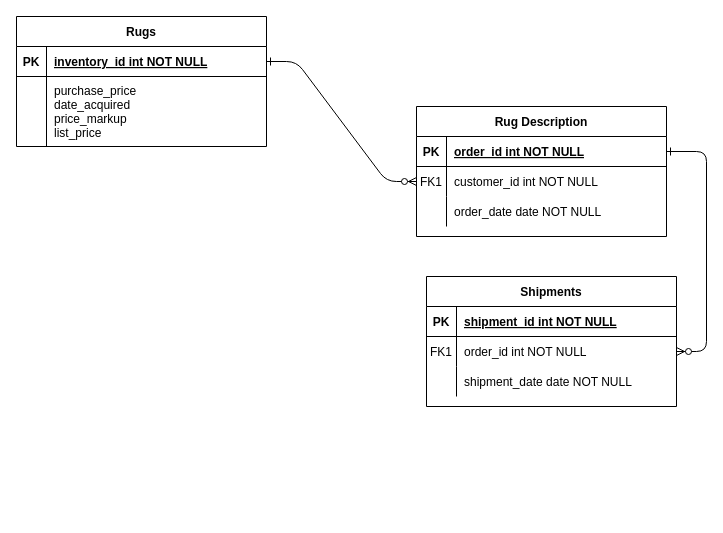
This is Lab04.drawio from m0dileClements/mOdileClements, a draw.io file, before an edit. Source tidied: cells renumbered, new cells numbered last; positions are measured from the earlier drawing's top-left corner, leaving out a move shared by most shapes. Both pictures are drawn from the tidied source at 100%, with x=0, y=0 at pixel (16, 16).
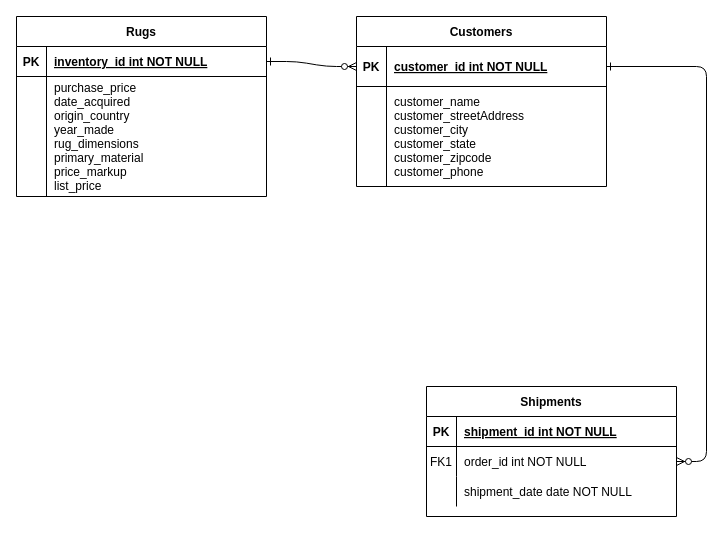
The same diagram, later.

Unchanged cells that the change refers to:
```xml
<mxCell id="25" style="shape=partialRectangle;fillColor=none;points=[[0,0.5],[1,0.5]];portConstraint=eastwest;top=0;left=0;right=0;bottom=1;" parent="24" vertex="1">
  <mxGeometry y="30" width="250" height="30" as="geometry" />
</mxCell>
```

The edit, as a diff of the source:
```diff
@@
-    <mxCell id="2" style="edgeStyle=entityRelationEdgeStyle;endArrow=ERzeroToMany;startArrow=ERone;endFill=1;startFill=0;" parent="1" edge="1" source="25" target="8">
+    <mxCell id="2" style="edgeStyle=entityRelationEdgeStyle;endArrow=ERzeroToMany;startArrow=ERone;endFill=1;startFill=0;entryX=0;entryY=0.5;entryDx=0;entryDy=0;" parent="1" edge="1" source="25" target="5">
       <mxGeometry relative="1" as="geometry" />
     </mxCell>
@@
-    <mxCell id="4" value="Rug Description" style="shape=table;startSize=30;childLayout=tableLayout;rowLines=0;fontStyle=1;align=center;" parent="1" vertex="1">
-      <mxGeometry x="400" y="90" width="250" height="130" as="geometry" />
+    <mxCell id="4" value="Customers" style="shape=table;startSize=30;childLayout=tableLayout;rowLines=0;fontStyle=1;align=center;" parent="1" vertex="1">
+      <mxGeometry x="340" width="250" height="170" as="geometry" />
     </mxCell>
     <mxCell id="5" style="shape=partialRectangle;fillColor=none;points=[[0,0.5],[1,0.5]];portConstraint=eastwest;top=0;left=0;right=0;bottom=1;" parent="4" vertex="1">
-      <mxGeometry y="30" width="250" height="30" as="geometry" />
+      <mxGeometry y="30" width="250" height="40" as="geometry" />
     </mxCell>
     <mxCell id="6" value="PK" style="shape=partialRectangle;overflow=hidden;fillColor=none;top=0;left=0;bottom=0;right=0;fontStyle=1;" parent="5" vertex="1">
-      <mxGeometry width="30" height="30" as="geometry" />
+      <mxGeometry width="30" height="40" as="geometry" />
     </mxCell>
-    <mxCell id="7" value="order_id int NOT NULL " style="shape=partialRectangle;overflow=hidden;fillColor=none;top=0;left=0;bottom=0;right=0;align=left;spacingLeft=6;fontStyle=5;" parent="5" vertex="1">
-      <mxGeometry x="30" width="220" height="30" as="geometry" />
+    <mxCell id="7" value="customer_id int NOT NULL " style="shape=partialRectangle;overflow=hidden;fillColor=none;top=0;left=0;bottom=0;right=0;align=left;spacingLeft=6;fontStyle=5;" parent="5" vertex="1">
+      <mxGeometry x="30" width="220" height="40" as="geometry" />
     </mxCell>
     <mxCell id="8" style="shape=partialRectangle;fillColor=none;points=[[0,0.5],[1,0.5]];portConstraint=eastwest;top=0;left=0;right=0;bottom=0;" parent="4" vertex="1">
-      <mxGeometry y="60" width="250" height="30" as="geometry" />
+      <mxGeometry y="70" width="250" height="100" as="geometry" />
     </mxCell>
-    <mxCell id="9" value="FK1" style="shape=partialRectangle;overflow=hidden;fillColor=none;top=0;left=0;bottom=0;right=0;" parent="8" vertex="1">
-      <mxGeometry width="30" height="30" as="geometry" />
+    <mxCell id="9" style="shape=partialRectangle;overflow=hidden;fillColor=none;top=0;left=0;bottom=0;right=0;" parent="8" vertex="1">
+      <mxGeometry width="30" height="100" as="geometry" />
     </mxCell>
-    <mxCell id="10" value="customer_id int NOT NULL" style="shape=partialRectangle;overflow=hidden;fillColor=none;top=0;left=0;bottom=0;right=0;align=left;spacingLeft=6;" parent="8" vertex="1">
-      <mxGeometry x="30" width="220" height="30" as="geometry" />
+    <mxCell id="10" value="customer_name &#10;customer_streetAddress&#10;customer_city&#10;customer_state&#10;customer_zipcode&#10;customer_phone" style="shape=partialRectangle;overflow=hidden;fillColor=none;top=0;left=0;bottom=0;right=0;align=left;spacingLeft=6;" parent="8" vertex="1">
+      <mxGeometry x="30" width="220" height="100" as="geometry" />
     </mxCell>
-    <mxCell id="11" style="shape=partialRectangle;fillColor=none;top=0;left=0;right=0;bottom=0;" parent="4" vertex="1">
-      <mxGeometry y="90" width="250" height="30" as="geometry" />
-    </mxCell>
-    <mxCell id="12" style="shape=partialRectangle;overflow=hidden;fillColor=none;top=0;left=0;bottom=0;right=0;" parent="11" vertex="1">
-      <mxGeometry width="30" height="30" as="geometry" />
-    </mxCell>
-    <mxCell id="13" value="order_date date NOT NULL" style="shape=partialRectangle;overflow=hidden;fillColor=none;top=0;left=0;bottom=0;right=0;align=left;spacingLeft=6;" parent="11" vertex="1">
-      <mxGeometry x="30" width="220" height="30" as="geometry" />
-    </mxCell>
     <mxCell id="14" value="Shipments" style="shape=table;startSize=30;childLayout=tableLayout;rowLines=0;fontStyle=1;align=center;" parent="1" vertex="1">
-      <mxGeometry x="410" y="260" width="250" height="130" as="geometry" />
+      <mxGeometry x="410" y="370" width="250" height="130" as="geometry" />
     </mxCell>
@@
     <mxCell id="24" value="Rugs" style="shape=table;startSize=30;childLayout=tableLayout;rowLines=0;fontStyle=1;align=center;" parent="1" vertex="1">
-      <mxGeometry width="250" height="130" as="geometry" />
+      <mxGeometry width="250" height="180" as="geometry" />
     </mxCell>
@@
     <mxCell id="28" style="shape=partialRectangle;fillColor=none;top=0;left=0;right=0;bottom=0;" parent="24" vertex="1">
-      <mxGeometry y="60" width="250" height="70" as="geometry" />
+      <mxGeometry y="60" width="250" height="120" as="geometry" />
     </mxCell>
     <mxCell id="29" style="shape=partialRectangle;overflow=hidden;fillColor=none;top=0;left=0;bottom=0;right=0;" parent="28" vertex="1">
-      <mxGeometry width="30" height="70" as="geometry" />
+      <mxGeometry width="30" height="120" as="geometry" />
     </mxCell>
-    <mxCell id="30" value="purchase_price&#10;date_acquired &#10;price_markup&#10;list_price" style="shape=partialRectangle;overflow=hidden;fillColor=none;top=0;left=0;bottom=0;right=0;align=left;spacingLeft=6;" parent="28" vertex="1">
-      <mxGeometry x="30" width="220" height="70" as="geometry" />
+    <mxCell id="30" value="purchase_price&#10;date_acquired&#10;origin_country&#10;year_made&#10;rug_dimensions&#10;primary_material&#10;price_markup&#10;list_price" style="shape=partialRectangle;overflow=hidden;fillColor=none;top=0;left=0;bottom=0;right=0;align=left;spacingLeft=6;" parent="28" vertex="1">
+      <mxGeometry x="30" width="220" height="120" as="geometry" />
     </mxCell>
```
